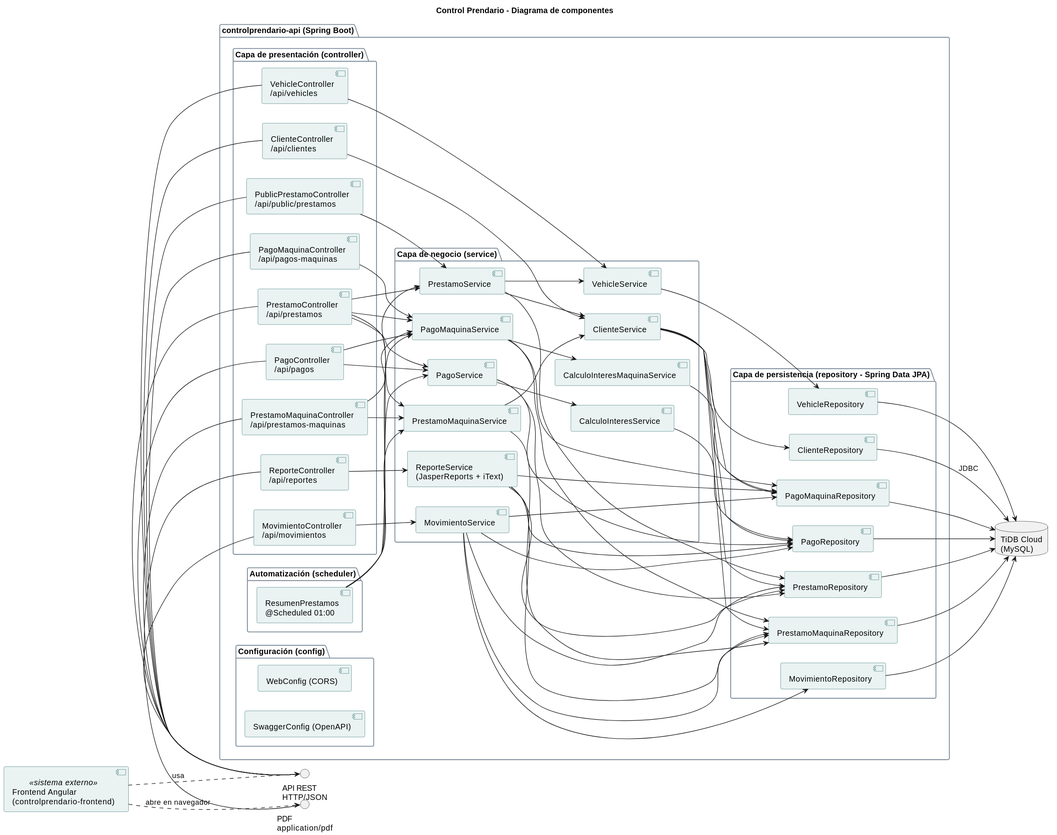
ElPiston1870/controlprendario-api keeps this PlantUML diagram as docs/diagramas/svg/08-componentes.svg. Above is the earlier version. The source it was exported from:
```plantuml
@startuml
title Control Prendario - Diagrama de componentes

skinparam shadowing false
skinparam defaultFontName Arial
skinparam componentStyle uml2
skinparam component {
  BackgroundColor #EAF2F2
  BorderColor #2F6F6F
}
skinparam package {
  BorderColor #7A8A99
}
left to right direction

component "Frontend Angular\n(controlprendario-frontend)" as FE <<sistema externo>>
database "TiDB Cloud\n(MySQL)" as DB
interface "API REST\nHTTP/JSON" as API
interface "PDF\napplication/pdf" as PDF

package "controlprendario-api (Spring Boot)" {

  package "Capa de presentación (controller)" {
    component "ClienteController\n/api/clientes" as CC
    component "VehicleController\n/api/vehicles" as VC
    component "PrestamoController\n/api/prestamos" as PC
    component "PrestamoMaquinaController\n/api/prestamos-maquinas" as PMC
    component "PagoController\n/api/pagos" as PgC
    component "PagoMaquinaController\n/api/pagos-maquinas" as PgMC
    component "MovimientoController\n/api/movimientos" as MC
    component "ReporteController\n/api/reportes" as RC
    component "PublicPrestamoController\n/api/public/prestamos" as PPC
  }

  package "Capa de negocio (service)" {
    component "ClienteService" as CS
    component "VehicleService" as VS
    component "PrestamoService" as PS
    component "PrestamoMaquinaService" as PMS
    component "PagoService" as PgS
    component "PagoMaquinaService" as PgMS
    component "CalculoInteresService" as CIS
    component "CalculoInteresMaquinaService" as CIMS
    component "MovimientoService" as MS
    component "ReporteService\n(JasperReports + iText)" as RS
  }

  package "Automatización (scheduler)" {
    component "ResumenPrestamos\n@Scheduled 01:00" as SCH
  }

  package "Capa de persistencia (repository - Spring Data JPA)" {
    component "ClienteRepository" as CR
    component "VehicleRepository" as VR
    component "PrestamoRepository" as PR
    component "PrestamoMaquinaRepository" as PMR
    component "PagoRepository" as PgR
    component "PagoMaquinaRepository" as PgMR
    component "MovimientoRepository" as MR
  }

  package "Configuración (config)" {
    component "WebConfig (CORS)" as WC
    component "SwaggerConfig (OpenAPI)" as SC
  }

}

FE ..> API : usa
FE ..> PDF : abre en navegador
API - CC
API - VC
API - PC
API - PMC
API - PgC
API - PgMC
API - MC
API - PPC
PDF - RC

CC --> CS
VC --> VS
PC --> PS
PC --> PMS
PC --> PgS
PC --> PgMS
PMC --> PMS
PMC --> PgMS
PgC --> PgS
PgC --> PgMS
PgMC --> PgMS
MC --> MS
RC --> RS
PPC --> PS

PS --> CS
PS --> VS
PMS --> CS
PgS --> CIS
PgMS --> CIMS
SCH --> PS
SCH --> PgS
SCH --> PMS
SCH --> PgMS

CS --> CR
CS --> PR
CS --> PMR
CS --> PgR
CS --> PgMR
VS --> VR
PS --> PR
PMS --> PMR
PgS --> PgR
PgS --> PR
PgMS --> PgMR
PgMS --> PMR
CIS --> PgR
CIMS --> PgMR
MS --> MR
MS --> PgR
MS --> PgMR
MS --> PR
MS --> PMR
RS --> PR
RS --> PMR
RS --> PgR
RS --> PgMR

CR --> DB : JDBC
VR --> DB
PR --> DB
PMR --> DB
PgR --> DB
PgMR --> DB
MR --> DB
@enduml
```
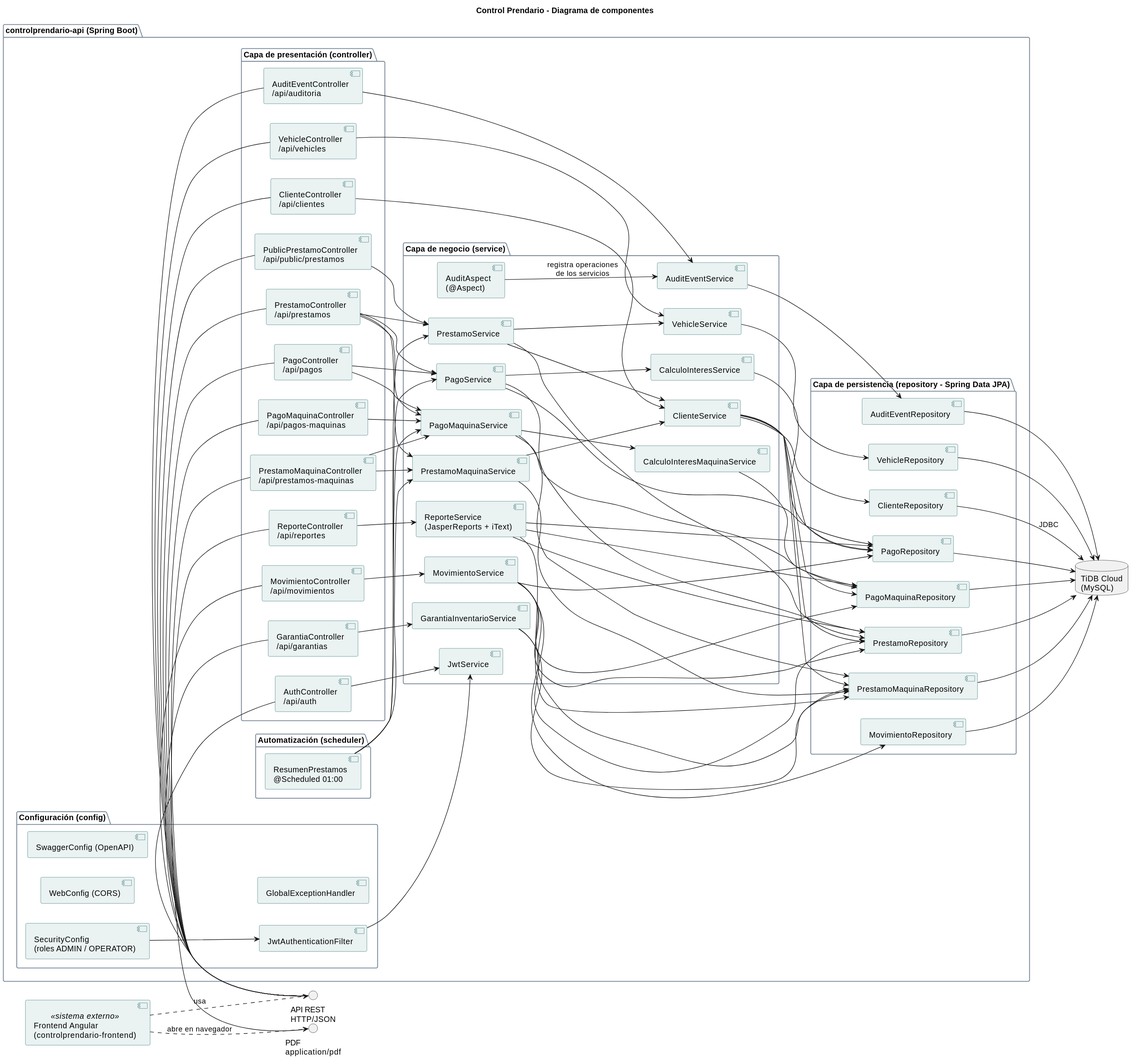
Above is the later version.

Change to the diagram source:
```diff
@@ -30,6 +30,9 @@
     component "MovimientoController\n/api/movimientos" as MC
     component "ReporteController\n/api/reportes" as RC
     component "PublicPrestamoController\n/api/public/prestamos" as PPC
+    component "AuthController\n/api/auth" as AC
+    component "GarantiaController\n/api/garantias" as GC
+    component "AuditEventController\n/api/auditoria" as AEC
   }
 
   package "Capa de negocio (service)" {
@@ -43,6 +46,10 @@
     component "CalculoInteresMaquinaService" as CIMS
     component "MovimientoService" as MS
     component "ReporteService\n(JasperReports + iText)" as RS
+    component "GarantiaInventarioService" as GIS
+    component "JwtService" as JS
+    component "AuditEventService" as AES
+    component "AuditAspect\n(@Aspect)" as AA
   }
 
   package "Automatización (scheduler)" {
@@ -57,11 +64,15 @@
     component "PagoRepository" as PgR
     component "PagoMaquinaRepository" as PgMR
     component "MovimientoRepository" as MR
+    component "AuditEventRepository" as AER
   }
 
   package "Configuración (config)" {
     component "WebConfig (CORS)" as WC
     component "SwaggerConfig (OpenAPI)" as SC
+    component "SecurityConfig\n(roles ADMIN / OPERATOR)" as SEC
+    component "JwtAuthenticationFilter" as JAF
+    component "GlobalExceptionHandler" as GEH
   }
 
 }
@@ -76,6 +87,9 @@
 API - PgMC
 API - MC
 API - PPC
+API - AC
+API - GC
+API - AEC
 PDF - RC
 
 CC --> CS
@@ -92,6 +106,12 @@
 MC --> MS
 RC --> RS
 PPC --> PS
+AC --> JS
+GC --> GIS
+AEC --> AES
+JAF --> JS
+SEC --> JAF
+AA --> AES : registra operaciones\nde los servicios
 
 PS --> CS
 PS --> VS
@@ -126,6 +146,9 @@
 RS --> PMR
 RS --> PgR
 RS --> PgMR
+GIS --> PR
+GIS --> PMR
+AES --> AER
 
 CR --> DB : JDBC
 VR --> DB
@@ -134,4 +157,5 @@
 PgR --> DB
 PgMR --> DB
 MR --> DB
+AER --> DB
 @enduml
```
